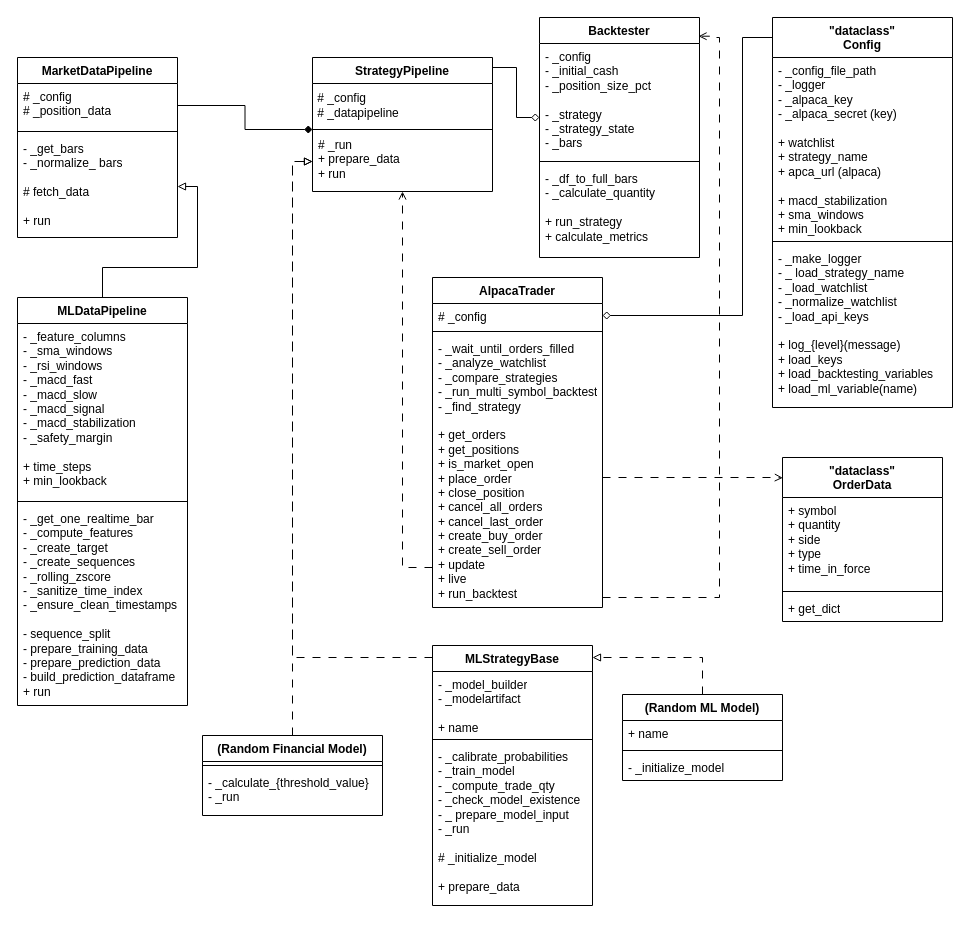
MiladTootoonchi/Live-Trading-Platform keeps this draw.io diagram as figures/backend_design.drawio. Above is the earlier version. Source tidied: cells renumbered, new cells numbered last; positions are measured from the earlier drawing's top-left corner, leaving out a move shared by most shapes. Both pictures are drawn from the tidied source at 100%, with x=0, y=0 at pixel (17, 17).
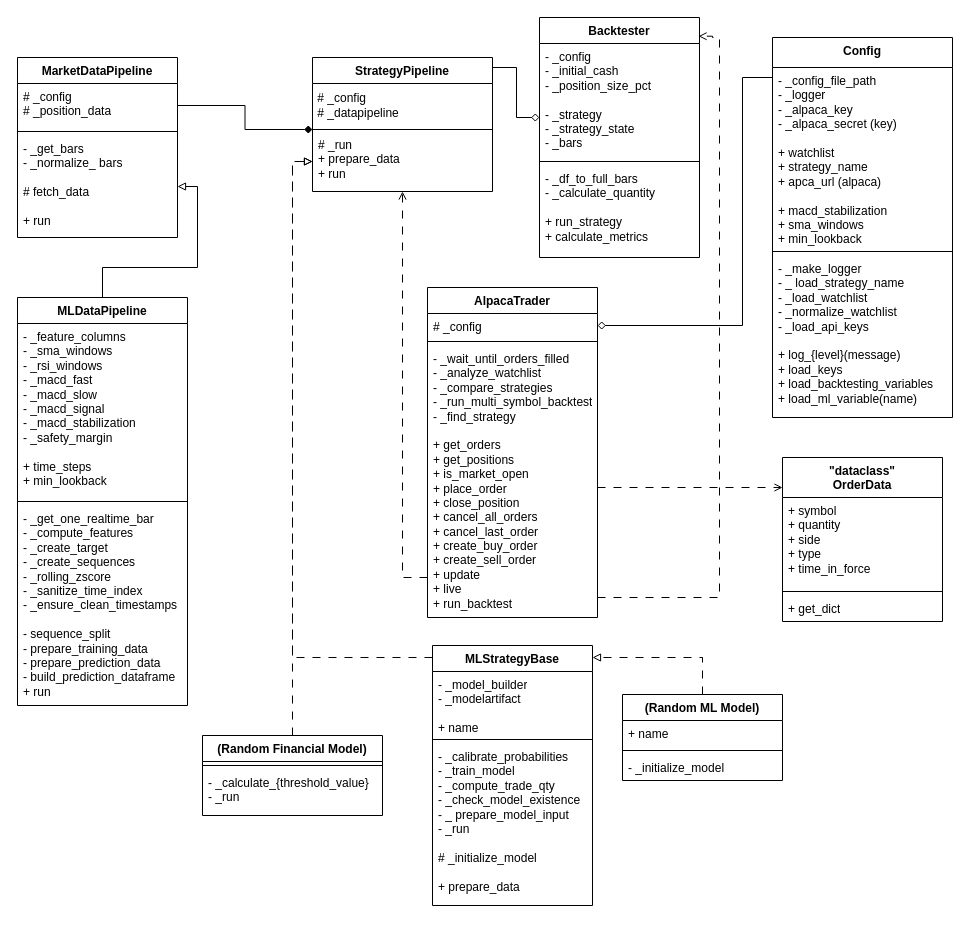
The same page after the edit.

Commit message:
removed the misslabeling config class for dataclass

Unchanged cells that the change refers to:
```xml
<mxCell id="20" value="&lt;div&gt;# _run&lt;/div&gt;&lt;div&gt;+ prepare_data&lt;/div&gt;+ run" style="text;strokeColor=none;fillColor=none;align=left;verticalAlign=top;spacingLeft=4;spacingRight=4;overflow=hidden;points=[[0,0.5],[1,0.5]];portConstraint=eastwest;whiteSpace=wrap;html=1;" parent="17" vertex="1">
  <mxGeometry y="74" width="180" height="60" as="geometry" />
</mxCell>
<mxCell id="27" value="# _config" style="text;strokeColor=none;fillColor=none;align=left;verticalAlign=top;spacingLeft=4;spacingRight=4;overflow=hidden;points=[[0,0.5],[1,0.5]];portConstraint=eastwest;whiteSpace=wrap;html=1;" parent="26" vertex="1">
  <mxGeometry y="26" width="170" height="24" as="geometry" />
</mxCell>
<mxCell id="29" value="- _wait_until_orders_filled&lt;div&gt;- _analyze_watchlist&lt;/div&gt;&lt;div&gt;- _compare_strategies&lt;/div&gt;&lt;div&gt;- _run_multi_symbol_backtest&lt;/div&gt;&lt;div&gt;- _find_strategy&lt;/div&gt;&lt;div&gt;&lt;br&gt;&lt;/div&gt;&lt;div&gt;+ get_orders&lt;/div&gt;&lt;div&gt;+ get_positions&lt;/div&gt;&lt;div&gt;+ is_market_open&lt;/div&gt;&lt;div&gt;+ place_order&lt;/div&gt;&lt;div&gt;+ close_position&lt;/div&gt;&lt;div&gt;+ cancel_all_orders&lt;/div&gt;&lt;div&gt;+ cancel_last_order&lt;/div&gt;&lt;div&gt;+ create_buy_order&lt;/div&gt;&lt;div&gt;+ create_sell_order&lt;/div&gt;&lt;div&gt;+ update&lt;/div&gt;&lt;div&gt;+ live&lt;/div&gt;&lt;div&gt;+ run_backtest&lt;/div&gt;" style="text;strokeColor=none;fillColor=none;align=left;verticalAlign=top;spacingLeft=4;spacingRight=4;overflow=hidden;points=[[0,0.5],[1,0.5]];portConstraint=eastwest;whiteSpace=wrap;html=1;" parent="26" vertex="1">
  <mxGeometry y="58" width="170" height="272" as="geometry" />
</mxCell>
<mxCell id="45" value="&lt;div&gt;&quot;dataclass&quot;&lt;/div&gt;OrderData" style="swimlane;fontStyle=1;align=center;verticalAlign=top;horizontal=1;startSize=40;whiteSpace=wrap;html=1;" parent="1" vertex="1">
  <mxGeometry x="765" y="440" width="160" height="164" as="geometry" />
</mxCell>
```

Diff of the diagram source:
```diff
@@
     <mxCell id="6" style="edgeStyle=orthogonalEdgeStyle;rounded=0;jettySize=auto;html=1;entryX=1;entryY=0.5;entryDx=0;entryDy=0;endArrow=diamond;endFill=0;" parent="1" edge="1" source="7" target="27">
       <mxGeometry relative="1" as="geometry">
         <Array as="points">
-          <mxPoint x="725" y="20" />
-          <mxPoint x="725" y="298" />
+          <mxPoint x="725" y="60" />
+          <mxPoint x="725" y="308" />
         </Array>
       </mxGeometry>
     </mxCell>
-    <mxCell id="7" value="&lt;div&gt;&quot;dataclass&quot;&lt;/div&gt;Config" style="swimlane;fontStyle=1;align=center;verticalAlign=top;horizontal=1;startSize=40;whiteSpace=wrap;html=1;" parent="1" vertex="1">
-      <mxGeometry x="755" width="180" height="390" as="geometry" />
+    <mxCell id="7" value="&lt;div&gt;&lt;span style=&quot;background-color: transparent; color: light-dark(rgb(0, 0, 0), rgb(255, 255, 255));&quot;&gt;Config&lt;/span&gt;&lt;/div&gt;" style="swimlane;fontStyle=1;align=center;verticalAlign=top;horizontal=1;startSize=30;whiteSpace=wrap;html=1;" parent="1" vertex="1">
+      <mxGeometry x="755" y="20" width="180" height="380" as="geometry" />
     </mxCell>
     <mxCell id="8" value="- _config_file_path&lt;div&gt;- _logger&lt;/div&gt;&lt;div&gt;- _alpaca_key&lt;/div&gt;&lt;div&gt;- _alpaca_secret (key)&lt;/div&gt;&lt;div&gt;&lt;br&gt;&lt;/div&gt;&lt;div&gt;+ watchlist&lt;/div&gt;&lt;div&gt;+ strategy_name&lt;/div&gt;&lt;div&gt;+ apca_url (alpaca)&lt;/div&gt;&lt;div&gt;&lt;br&gt;&lt;/div&gt;&lt;div&gt;+ macd_stabilization&lt;/div&gt;&lt;div&gt;+ sma_windows&lt;/div&gt;&lt;div&gt;+ min_lookback&lt;/div&gt;&lt;div&gt;&lt;br&gt;&lt;/div&gt;" style="text;strokeColor=none;fillColor=none;align=left;verticalAlign=top;spacingLeft=4;spacingRight=4;overflow=hidden;whiteSpace=wrap;html=1;" parent="7" vertex="1">
-      <mxGeometry y="40" width="180" height="180" as="geometry" />
+      <mxGeometry y="30" width="180" height="180" as="geometry" />
     </mxCell>
     <mxCell id="9" style="line;strokeWidth=1;fillColor=none;align=left;verticalAlign=middle;spacingTop=-1;spacingLeft=3;spacingRight=3;labelPosition=right;strokeColor=inherit;" parent="7" vertex="1">
-      <mxGeometry y="220" width="180" height="8" as="geometry" />
+      <mxGeometry y="210" width="180" height="8" as="geometry" />
     </mxCell>
     <mxCell id="10" value="&lt;div&gt;- _make_logger&lt;/div&gt;&lt;div&gt;- _ load_strategy_name&lt;/div&gt;&lt;div&gt;- _load_watchlist&lt;/div&gt;&lt;div&gt;- _normalize_watchlist&lt;/div&gt;&lt;div&gt;- _load_api_keys&lt;/div&gt;&lt;div&gt;&lt;br&gt;&lt;/div&gt;&lt;div&gt;+ log_{level}(message)&lt;/div&gt;&lt;div&gt;+ load_keys&lt;/div&gt;&lt;div&gt;+ load_backtesting_variables&lt;/div&gt;&lt;div&gt;+ load_ml_variable(name)&lt;/div&gt;" style="text;strokeColor=none;fillColor=none;align=left;verticalAlign=top;spacingLeft=4;spacingRight=4;overflow=hidden;whiteSpace=wrap;html=1;" parent="7" vertex="1">
-      <mxGeometry y="228" width="180" height="162" as="geometry" />
+      <mxGeometry y="218" width="180" height="162" as="geometry" />
     </mxCell>
@@
     <mxCell id="26" value="AlpacaTrader" style="swimlane;fontStyle=1;align=center;verticalAlign=top;horizontal=1;startSize=26;whiteSpace=wrap;html=1;" parent="1" vertex="1">
-      <mxGeometry x="415" y="260" width="170" height="330" as="geometry" />
+      <mxGeometry x="410" y="270" width="170" height="330" as="geometry" />
     </mxCell>
@@
     <mxCell id="40" style="edgeStyle=orthogonalEdgeStyle;rounded=0;jettySize=auto;html=1;endArrow=open;endFill=0;dashed=1;dashPattern=8 8;" parent="1" edge="1" source="29" target="20">
       <mxGeometry relative="1" as="geometry">
         <Array as="points">
-          <mxPoint x="385" y="550" />
+          <mxPoint x="385" y="560" />
         </Array>
       </mxGeometry>
     </mxCell>
@@
-    <mxCell id="49" style="edgeStyle=orthogonalEdgeStyle;rounded=0;jettySize=auto;html=1;entryX=0.002;entryY=0.124;entryDx=0;entryDy=0;endArrow=open;endFill=0;dashed=1;dashPattern=8 8;entryPerimeter=0;" parent="1" edge="1" source="29" target="45">
+    <mxCell id="49" style="edgeStyle=orthogonalEdgeStyle;rounded=0;jettySize=auto;html=1;endArrow=open;endFill=0;dashed=1;dashPattern=8 8;" parent="1" edge="1" source="29">
       <mxGeometry relative="1" as="geometry">
+        <mxPoint x="765" y="470" as="targetPoint" />
         <Array as="points">
-          <mxPoint x="755" y="460" />
-          <mxPoint x="755" y="460" />
+          <mxPoint x="765" y="470" />
         </Array>
       </mxGeometry>
     </mxCell>
```
